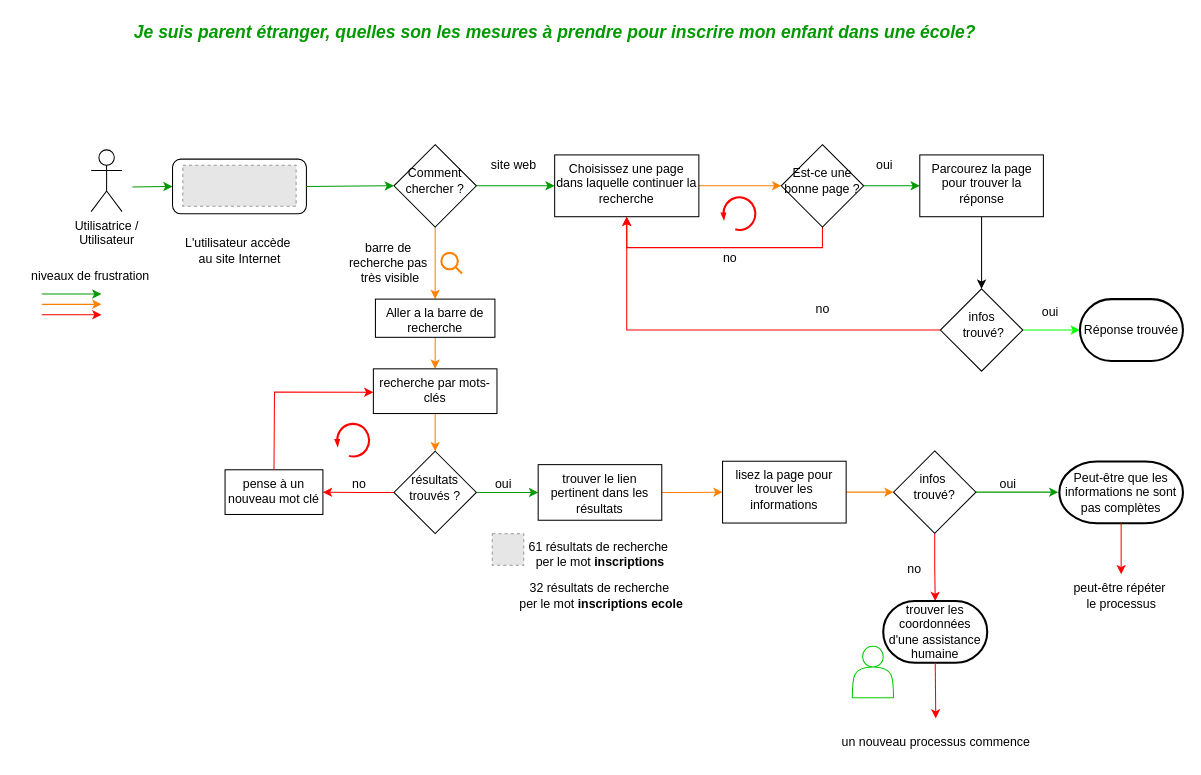
developerforgood/hacknwow keeps this draw.io diagram as user-flow-as-is.drawio. Above is the earlier version. Source tidied: cells renumbered, new cells numbered last; positions are measured from the earlier drawing's top-left corner, leaving out a move shared by most shapes. Both pictures are drawn from the tidied source at 103%, with x=0, y=0 at pixel (18, 18). Pictures stored in the file or linked from it are replaced by grey dashed boxes.
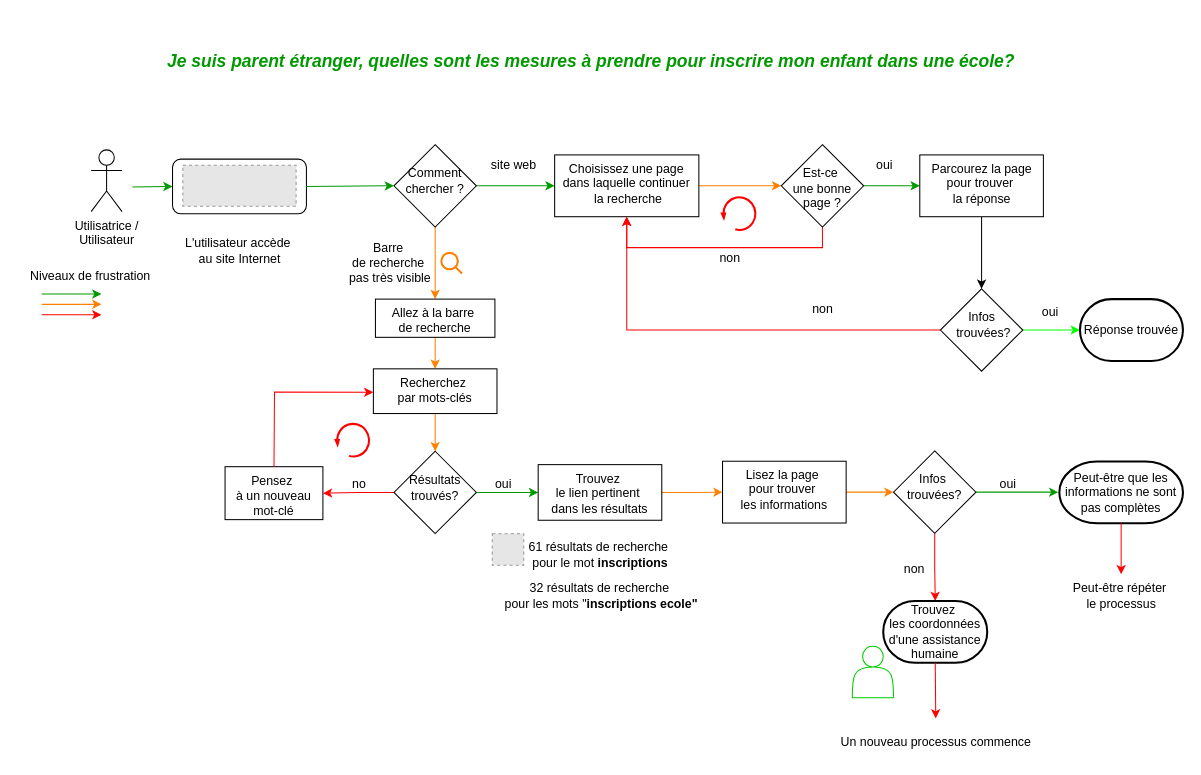
The same page after the edit.

Change to the diagram source:
```diff
@@
-    <mxCell id="7" value="Je suis parent étranger, quelles son les mesures à prendre pour inscrire mon enfant dans une école?" style="text;html=1;align=center;verticalAlign=middle;strokeColor=none;fillColor=none;fontSize=17;fontStyle=3;fontColor=#009900;" parent="1" vertex="1">
-      <mxGeometry x="131" width="780" height="30" as="geometry" />
+    <mxCell id="7" value="Je suis parent étranger, quelles sont les mesures à prendre pour inscrire mon enfant dans une école?" style="text;html=1;align=center;verticalAlign=middle;strokeColor=none;fillColor=none;fontSize=17;fontStyle=3;fontColor=#009900;" parent="1" vertex="1">
+      <mxGeometry x="161" y="28" width="790" height="30" as="geometry" />
     </mxCell>
@@
-    <mxCell id="13" value="Choisissez une page dans laquelle continuer la recherche" style="whiteSpace=wrap;html=1;verticalAlign=top;labelBackgroundColor=none;" parent="1" vertex="1">
+    <mxCell id="13" value="Choisissez une page dans laquelle continuer&lt;div&gt;&amp;nbsp;la recherche&lt;/div&gt;" style="whiteSpace=wrap;html=1;verticalAlign=top;labelBackgroundColor=none;" parent="1" vertex="1">
       <mxGeometry x="521" y="132.9" width="140" height="60" as="geometry" />
     </mxCell>
@@
-    <mxCell id="15" value="Aller a la barre de recherche" style="whiteSpace=wrap;html=1;verticalAlign=top;labelBackgroundColor=none;" parent="1" vertex="1">
+    <mxCell id="15" value="Allez à la barre&amp;nbsp;&lt;div&gt;de recherche&lt;/div&gt;" style="whiteSpace=wrap;html=1;verticalAlign=top;labelBackgroundColor=none;" parent="1" vertex="1">
       <mxGeometry x="347" y="272.9" width="116" height="37.1" as="geometry" />
     </mxCell>
-    <mxCell id="16" value="barre de&amp;nbsp;&lt;div&gt;recherche pas&amp;nbsp;&lt;/div&gt;&lt;div&gt;très visible&lt;/div&gt;" style="text;html=1;align=center;verticalAlign=middle;strokeColor=none;fillColor=none;" parent="1" vertex="1">
+    <mxCell id="16" value="Barre&amp;nbsp;&lt;div&gt;de&amp;nbsp;&lt;span style=&quot;background-color: initial;&quot;&gt;recherche&amp;nbsp;&lt;/span&gt;&lt;/div&gt;&lt;div&gt;&lt;span style=&quot;background-color: initial;&quot;&gt;pas&amp;nbsp;&lt;/span&gt;&lt;span style=&quot;background-color: initial;&quot;&gt;très visible&lt;/span&gt;&lt;/div&gt;" style="text;html=1;align=center;verticalAlign=middle;strokeColor=none;fillColor=none;" parent="1" vertex="1">
       <mxGeometry x="311" y="208" width="100" height="60" as="geometry" />
     </mxCell>
@@
-    <mxCell id="19" value="recherche par mots-clés" style="whiteSpace=wrap;html=1;verticalAlign=top;labelBackgroundColor=none;" parent="1" vertex="1">
+    <mxCell id="19" value="Recherchez&amp;nbsp;&lt;div&gt;par mots-clés&lt;/div&gt;" style="whiteSpace=wrap;html=1;verticalAlign=top;labelBackgroundColor=none;" parent="1" vertex="1">
       <mxGeometry x="345" y="340.6" width="120" height="43.4" as="geometry" />
     </mxCell>
@@
-    <mxCell id="22" value="&lt;div&gt;&lt;br&gt;&lt;/div&gt;résultats trouvés ?" style="rhombus;whiteSpace=wrap;html=1;verticalAlign=top;labelBackgroundColor=none;" parent="1" vertex="1">
+    <mxCell id="22" value="&lt;div&gt;&lt;br&gt;&lt;/div&gt;Résultats trouvés?" style="rhombus;whiteSpace=wrap;html=1;verticalAlign=top;labelBackgroundColor=none;" parent="1" vertex="1">
       <mxGeometry x="365" y="420.6" width="80" height="80" as="geometry" />
     </mxCell>
@@
-    <mxCell id="24" value="trouver le lien pertinent dans les résultats" style="whiteSpace=wrap;html=1;verticalAlign=top;labelBackgroundColor=none;" parent="1" vertex="1">
+    <mxCell id="24" value="Trouvez&amp;nbsp;&lt;div&gt;le lien pertinent&amp;nbsp;&lt;/div&gt;&lt;div&gt;dans les résultats&lt;/div&gt;" style="whiteSpace=wrap;html=1;verticalAlign=top;labelBackgroundColor=none;" parent="1" vertex="1">
       <mxGeometry x="505" y="433.6" width="120" height="54" as="geometry" />
     </mxCell>
-    <mxCell id="25" value="pense à un nouveau mot clé" style="whiteSpace=wrap;html=1;verticalAlign=top;labelBackgroundColor=none;" parent="1" vertex="1">
-      <mxGeometry x="201" y="438.6" width="95" height="43.4" as="geometry" />
+    <mxCell id="25" value="Pensez&amp;nbsp;&lt;div&gt;à un nouveau mot-clé&lt;/div&gt;" style="whiteSpace=wrap;html=1;verticalAlign=top;labelBackgroundColor=none;" parent="1" vertex="1">
+      <mxGeometry x="201" y="435.6" width="95" height="51.4" as="geometry" />
     </mxCell>
@@
-    <mxCell id="31" value="&lt;div&gt;&lt;span style=&quot;background-color: initial;&quot;&gt;&lt;br&gt;&lt;/span&gt;&lt;/div&gt;&lt;span style=&quot;background-color: initial;&quot;&gt;Est-ce une bonne page ?&lt;/span&gt;" style="rhombus;whiteSpace=wrap;html=1;verticalAlign=top;labelBackgroundColor=none;" parent="1" vertex="1">
+    <mxCell id="31" value="&lt;div&gt;&lt;span style=&quot;background-color: initial;&quot;&gt;&lt;br&gt;&lt;/span&gt;&lt;/div&gt;&lt;span style=&quot;background-color: initial;&quot;&gt;Est-ce&amp;nbsp;&lt;/span&gt;&lt;div&gt;&lt;span style=&quot;background-color: initial;&quot;&gt;une bonne page ?&lt;/span&gt;&lt;/div&gt;" style="rhombus;whiteSpace=wrap;html=1;verticalAlign=top;labelBackgroundColor=none;" parent="1" vertex="1">
       <mxGeometry x="741" y="122.9" width="80" height="80" as="geometry" />
     </mxCell>
@@
-    <mxCell id="34" value="Parcourez la page pour trouver la réponse" style="whiteSpace=wrap;html=1;verticalAlign=top;labelBackgroundColor=none;" parent="1" vertex="1">
+    <mxCell id="34" value="Parcourez la page pour trouver&amp;nbsp;&lt;div&gt;la réponse&lt;/div&gt;" style="whiteSpace=wrap;html=1;verticalAlign=top;labelBackgroundColor=none;" parent="1" vertex="1">
       <mxGeometry x="875.5" y="132.9" width="120" height="60" as="geometry" />
     </mxCell>
-    <mxCell id="35" value="no" style="text;html=1;align=center;verticalAlign=middle;strokeColor=none;fillColor=none;" parent="1" vertex="1">
+    <mxCell id="35" value="non" style="text;html=1;align=center;verticalAlign=middle;strokeColor=none;fillColor=none;" parent="1" vertex="1">
       <mxGeometry x="671" y="218" width="40" height="30" as="geometry" />
     </mxCell>
@@
-    <mxCell id="40" value="lisez la page pour trouver les informations" style="whiteSpace=wrap;html=1;verticalAlign=top;labelBackgroundColor=none;" parent="1" vertex="1">
+    <mxCell id="40" value="Lisez la page&amp;nbsp;&lt;div&gt;pour trouver&amp;nbsp;&lt;/div&gt;&lt;div&gt;les informations&lt;/div&gt;" style="whiteSpace=wrap;html=1;verticalAlign=top;labelBackgroundColor=none;" parent="1" vertex="1">
       <mxGeometry x="684" y="430.3" width="120" height="60" as="geometry" />
     </mxCell>
-    <mxCell id="41" value="61 résultats de recherche&amp;nbsp;&lt;div&gt;per le mot &lt;b&gt;inscriptions&lt;/b&gt;&lt;/div&gt;" style="text;html=1;align=center;verticalAlign=middle;strokeColor=none;fillColor=none;" parent="1" vertex="1">
+    <mxCell id="41" value="61 résultats de recherche&amp;nbsp;&lt;div&gt;pour le mot &lt;b&gt;inscriptions&lt;/b&gt;&lt;/div&gt;" style="text;html=1;align=center;verticalAlign=middle;strokeColor=none;fillColor=none;" parent="1" vertex="1">
       <mxGeometry x="485" y="500.6" width="160" height="40" as="geometry" />
     </mxCell>
@@
-    <mxCell id="43" value="32 résultats de recherche&amp;nbsp;&lt;div&gt;per le mot &lt;b&gt;inscriptions ecole&lt;/b&gt;&lt;/div&gt;" style="text;html=1;align=center;verticalAlign=middle;strokeColor=none;fillColor=none;" parent="1" vertex="1">
-      <mxGeometry x="476" y="540.6" width="180" height="40" as="geometry" />
+    <mxCell id="43" value="32 résultats de recherche&amp;nbsp;&lt;div&gt;pour les mots &quot;&lt;b&gt;inscriptions ecole&quot;&lt;/b&gt;&lt;/div&gt;" style="text;html=1;align=center;verticalAlign=middle;strokeColor=none;fillColor=none;" parent="1" vertex="1">
+      <mxGeometry x="461" y="540.6" width="210" height="40" as="geometry" />
     </mxCell>
@@
-    <mxCell id="46" value="&lt;div&gt;&lt;br&gt;&lt;/div&gt;&lt;div&gt;&lt;span style=&quot;background-color: initial;&quot;&gt;infos&amp;nbsp;&lt;/span&gt;&lt;/div&gt;&lt;div&gt;&lt;span style=&quot;background-color: initial;&quot;&gt;trouvé?&lt;/span&gt;&lt;br&gt;&lt;/div&gt;" style="rhombus;whiteSpace=wrap;html=1;verticalAlign=top;labelBackgroundColor=none;" parent="1" vertex="1">
+    <mxCell id="46" value="&lt;div&gt;&lt;br&gt;&lt;/div&gt;&lt;div&gt;&lt;span style=&quot;background-color: initial;&quot;&gt;Infos&amp;nbsp;&lt;/span&gt;&lt;/div&gt;&lt;div&gt;&lt;span style=&quot;background-color: initial;&quot;&gt;trouvées?&lt;/span&gt;&lt;br&gt;&lt;/div&gt;" style="rhombus;whiteSpace=wrap;html=1;verticalAlign=top;labelBackgroundColor=none;" parent="1" vertex="1">
       <mxGeometry x="850" y="420.3" width="80" height="80" as="geometry" />
     </mxCell>
@@
-    <mxCell id="50" value="niveaux de frustration" style="text;html=1;align=center;verticalAlign=middle;strokeColor=none;fillColor=none;" parent="1" vertex="1">
+    <mxCell id="50" value="Niveaux de frustration" style="text;html=1;align=center;verticalAlign=middle;strokeColor=none;fillColor=none;" parent="1" vertex="1">
       <mxGeometry y="235.6" width="140" height="30" as="geometry" />
     </mxCell>
-    <mxCell id="51" value="no" style="text;html=1;align=center;verticalAlign=middle;strokeColor=none;fillColor=none;" parent="1" vertex="1">
+    <mxCell id="51" value="non" style="text;html=1;align=center;verticalAlign=middle;strokeColor=none;fillColor=none;" parent="1" vertex="1">
       <mxGeometry x="850" y="520" width="40" height="30" as="geometry" />
     </mxCell>
@@
-    <mxCell id="53" value="trouver les coordonnées d'une assistance humaine" style="strokeWidth=2;html=1;shape=mxgraph.flowchart.terminator;whiteSpace=wrap;" parent="1" vertex="1">
+    <mxCell id="53" value="Trouvez&amp;nbsp;&lt;div&gt;les coordonnées d'une assistance humaine&lt;/div&gt;" style="strokeWidth=2;html=1;shape=mxgraph.flowchart.terminator;whiteSpace=wrap;" parent="1" vertex="1">
       <mxGeometry x="840" y="566" width="101" height="60" as="geometry" />
     </mxCell>
@@
-    <mxCell id="55" value="un nouveau processus commence" style="text;html=1;align=center;verticalAlign=middle;strokeColor=none;fillColor=none;" parent="1" vertex="1">
+    <mxCell id="55" value="Un nouveau processus commence" style="text;html=1;align=center;verticalAlign=middle;strokeColor=none;fillColor=none;" parent="1" vertex="1">
       <mxGeometry x="785.5" y="688" width="210" height="30" as="geometry" />
     </mxCell>
@@
-    <mxCell id="58" value="peut-être répéter&amp;nbsp;&lt;div&gt;le processus&lt;/div&gt;" style="text;html=1;align=center;verticalAlign=middle;strokeColor=none;fillColor=none;" parent="1" vertex="1">
+    <mxCell id="58" value="Peut-être répéter&amp;nbsp;&lt;div&gt;le processus&lt;/div&gt;" style="text;html=1;align=center;verticalAlign=middle;strokeColor=none;fillColor=none;" parent="1" vertex="1">
       <mxGeometry x="1011" y="540.6" width="120" height="40" as="geometry" />
     </mxCell>
@@
-    <mxCell id="62" value="&lt;div&gt;&lt;br&gt;&lt;/div&gt;infos&lt;div&gt;&amp;nbsp;trouvé?&lt;/div&gt;" style="rhombus;whiteSpace=wrap;html=1;verticalAlign=top;labelBackgroundColor=none;" parent="1" vertex="1">
+    <mxCell id="62" value="&lt;div&gt;&lt;br&gt;&lt;/div&gt;Infos&lt;div&gt;&amp;nbsp;trouvées?&lt;/div&gt;" style="rhombus;whiteSpace=wrap;html=1;verticalAlign=top;labelBackgroundColor=none;" parent="1" vertex="1">
       <mxGeometry x="895.5" y="262.9" width="80" height="80" as="geometry" />
     </mxCell>
-    <mxCell id="63" value="no" style="text;html=1;align=center;verticalAlign=middle;strokeColor=none;fillColor=none;" parent="1" vertex="1">
+    <mxCell id="63" value="non" style="text;html=1;align=center;verticalAlign=middle;strokeColor=none;fillColor=none;" parent="1" vertex="1">
       <mxGeometry x="761" y="268" width="40" height="30" as="geometry" />
     </mxCell>
```
